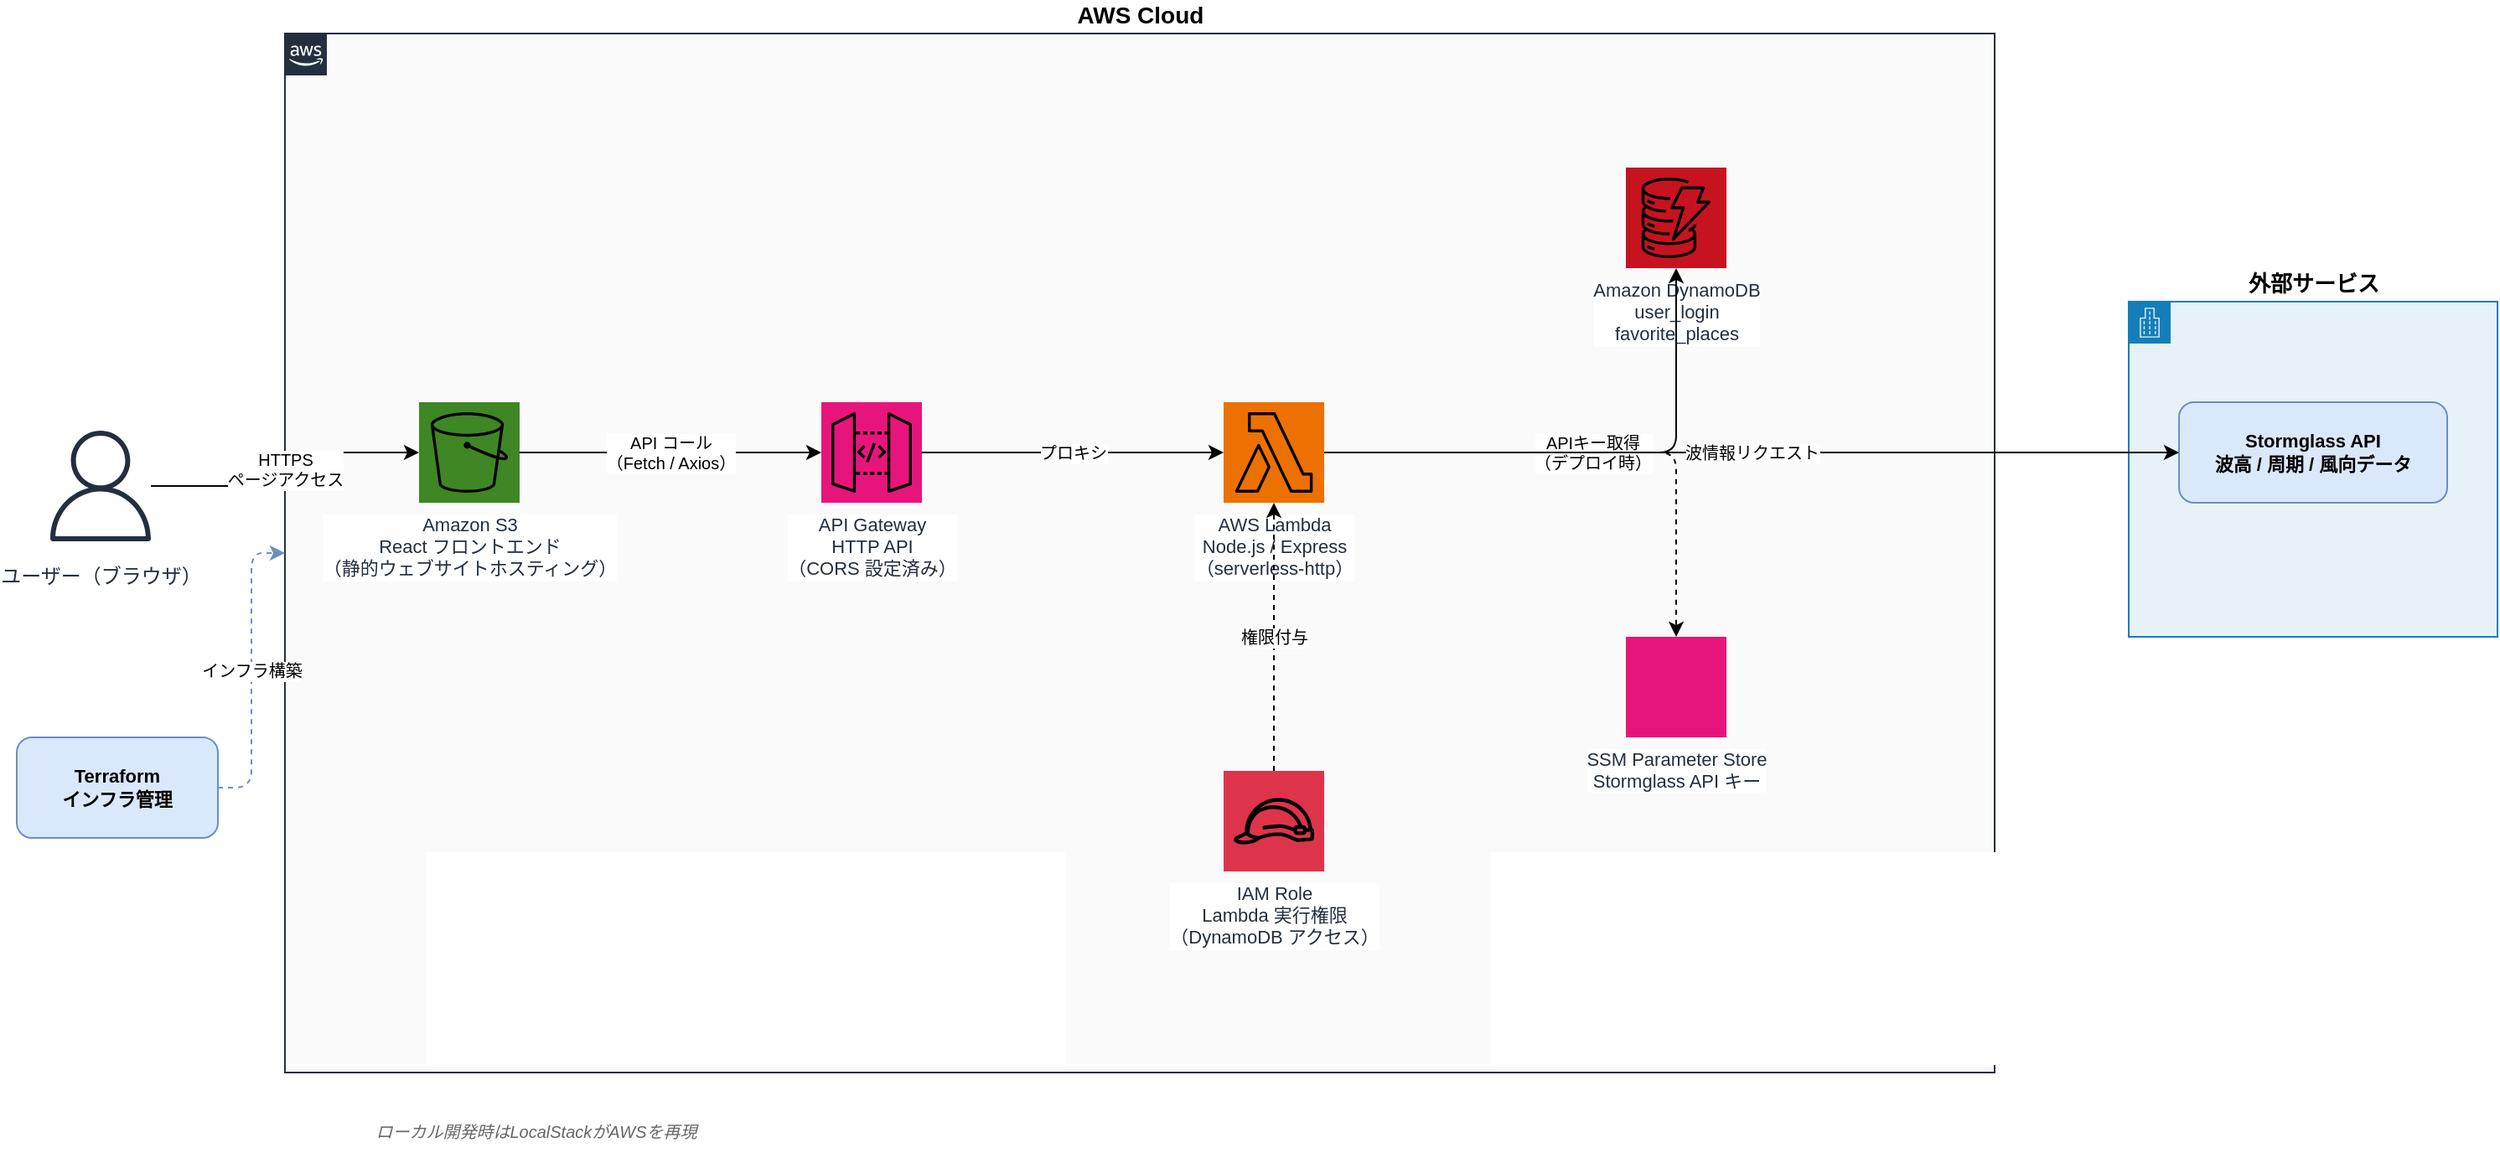
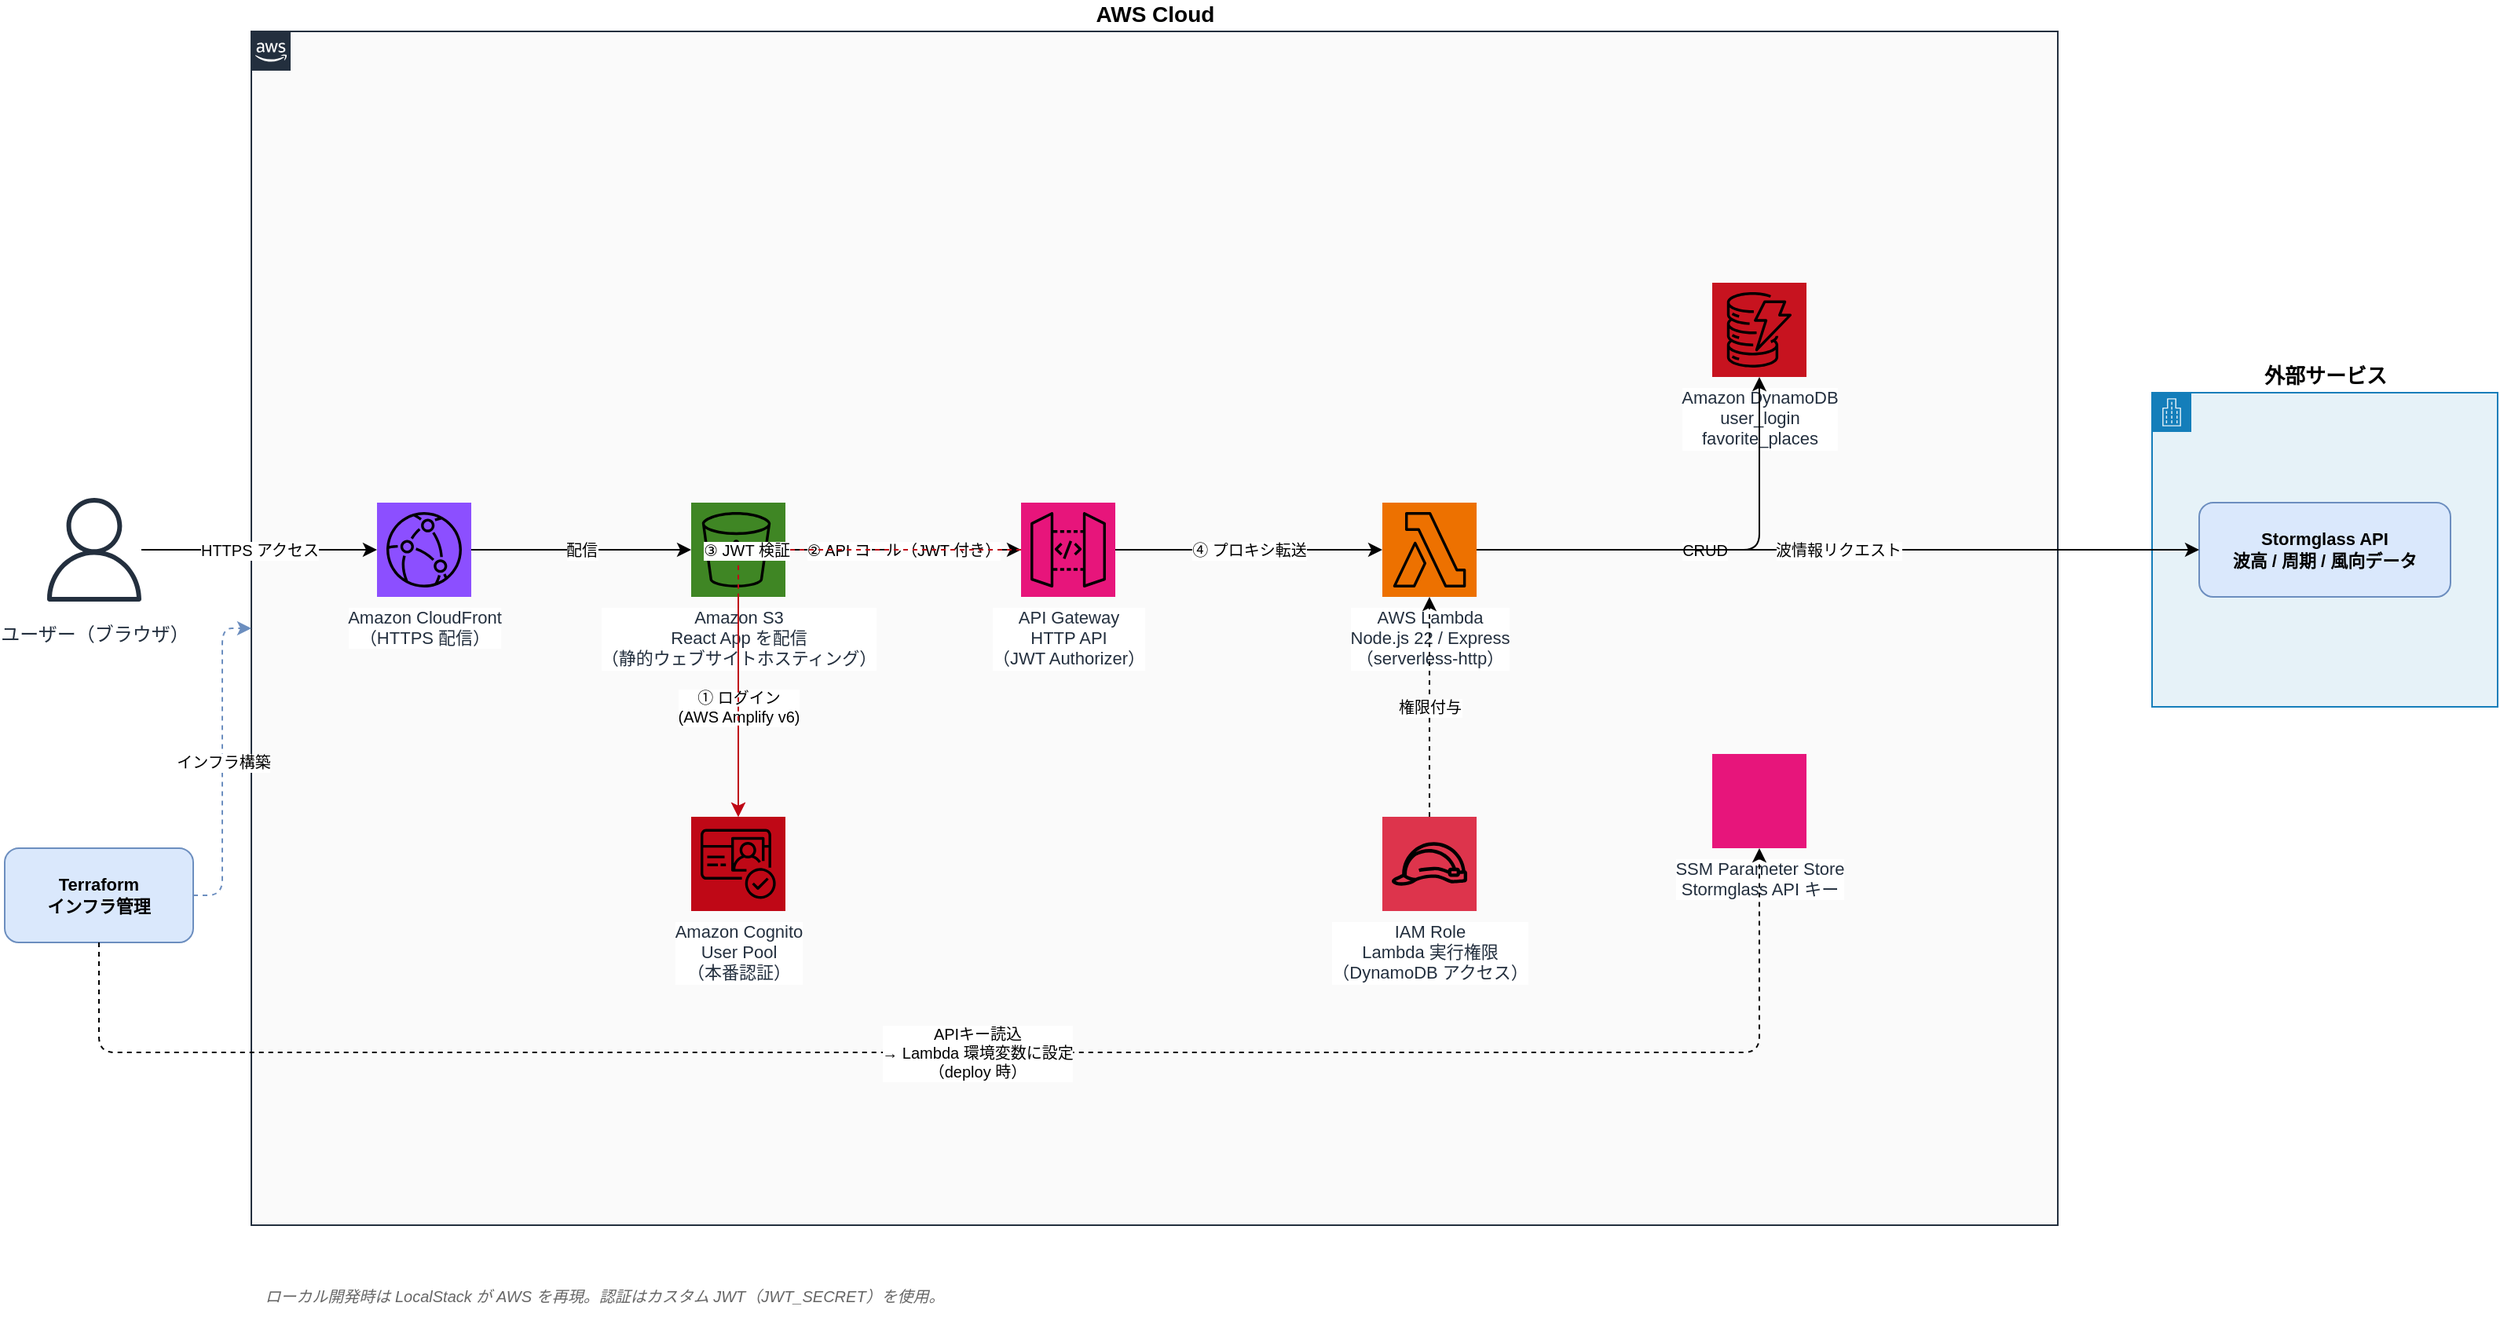
- <mxGraphModel dx="1422" dy="762" grid="1" gridSize="10" guides="1" tooltips="1" connect="1" arrows="1" fold="1" page="1" pageScale="1" pageWidth="1654" pageHeight="1169" math="0" shadow="0">
-   <root>
-     <mxCell id="0" />
-     <mxCell id="1" parent="0" />
- 
-     <!-- ===== ユーザー ===== -->
-     <mxCell id="user" value="ユーザー（ブラウザ）" style="shape=mxgraph.aws4.user;fillColor=#232F3E;strokeColor=none;fontColor=#232F3E;labelBackgroundColor=none;verticalLabelPosition=bottom;verticalAlign=top;align=center;html=1;" vertex="1" parent="1">
-       <mxGeometry x="60" y="310" width="60" height="80" as="geometry" />
-     </mxCell>
- 
-     <!-- ===== AWS Cloud 境界 ===== -->
-     <mxCell id="aws-cloud" value="AWS Cloud" style="points=[[0,0],[0.25,0],[0.5,0],[0.75,0],[1,0],[1,0.25],[1,0.5],[1,0.75],[1,1],[0.75,1],[0.5,1],[0.25,1],[0,1],[0,0.75],[0,0.5],[0,0.25]];shape=mxgraph.aws4.group;grIcon=mxgraph.aws4.group_aws_cloud_alt;strokeColor=#232F3E;fillColor=#FAFAFA;verticalLabelPosition=top;verticalAlign=bottom;align=center;html=1;fontSize=14;fontStyle=1;" vertex="1" parent="1">
-       <mxGeometry x="200" y="80" width="1020" height="620" as="geometry" />
-     </mxCell>
- 
-     <!-- ===== S3（フロントエンド） ===== -->
-     <mxCell id="s3" value="Amazon S3&#xa;React フロントエンド&#xa;（静的ウェブサイトホスティング）" style="outlineConnect=0;fontColor=#232F3E;gradientColor=none;strokeColor=none;fillColor=#3F8624;labelBackgroundColor=#ffffff;align=center;html=1;fontSize=11;fontStyle=0;aspect=fixed;shape=mxgraph.aws4.resourceIcon;resIcon=mxgraph.aws4.s3;verticalLabelPosition=bottom;verticalAlign=top;" vertex="1" parent="1">
-       <mxGeometry x="280" y="300" width="60" height="60" as="geometry" />
-     </mxCell>
- 
-     <!-- ===== API Gateway ===== -->
-     <mxCell id="apigw" value="API Gateway&#xa;HTTP API&#xa;（CORS 設定済み）" style="outlineConnect=0;fontColor=#232F3E;gradientColor=none;strokeColor=none;fillColor=#E7157B;labelBackgroundColor=#ffffff;align=center;html=1;fontSize=11;fontStyle=0;aspect=fixed;shape=mxgraph.aws4.resourceIcon;resIcon=mxgraph.aws4.api_gateway;verticalLabelPosition=bottom;verticalAlign=top;" vertex="1" parent="1">
-       <mxGeometry x="520" y="300" width="60" height="60" as="geometry" />
-     </mxCell>
- 
-     <!-- ===== Lambda ===== -->
-     <mxCell id="lambda" value="AWS Lambda&#xa;Node.js / Express&#xa;（serverless-http）" style="outlineConnect=0;fontColor=#232F3E;gradientColor=none;strokeColor=none;fillColor=#ED7100;labelBackgroundColor=#ffffff;align=center;html=1;fontSize=11;fontStyle=0;aspect=fixed;shape=mxgraph.aws4.resourceIcon;resIcon=mxgraph.aws4.lambda;verticalLabelPosition=bottom;verticalAlign=top;" vertex="1" parent="1">
-       <mxGeometry x="760" y="300" width="60" height="60" as="geometry" />
-     </mxCell>
- 
-     <!-- ===== DynamoDB ===== -->
-     <mxCell id="dynamo" value="Amazon DynamoDB&#xa;user_login&#xa;favorite_places" style="outlineConnect=0;fontColor=#232F3E;gradientColor=none;strokeColor=none;fillColor=#C7131F;labelBackgroundColor=#ffffff;align=center;html=1;fontSize=11;fontStyle=0;aspect=fixed;shape=mxgraph.aws4.resourceIcon;resIcon=mxgraph.aws4.dynamodb;verticalLabelPosition=bottom;verticalAlign=top;" vertex="1" parent="1">
-       <mxGeometry x="1000" y="160" width="60" height="60" as="geometry" />
-     </mxCell>
- 
-     <!-- ===== SSM Parameter Store ===== -->
-     <mxCell id="ssm" value="SSM Parameter Store&#xa;Stormglass API キー" style="outlineConnect=0;fontColor=#232F3E;gradientColor=none;strokeColor=none;fillColor=#E7157B;labelBackgroundColor=#ffffff;align=center;html=1;fontSize=11;fontStyle=0;aspect=fixed;shape=mxgraph.aws4.resourceIcon;resIcon=mxgraph.aws4.systems_manager_parameter_store;verticalLabelPosition=bottom;verticalAlign=top;" vertex="1" parent="1">
-       <mxGeometry x="1000" y="440" width="60" height="60" as="geometry" />
-     </mxCell>
- 
-     <!-- ===== IAM Role ===== -->
-     <mxCell id="iam" value="IAM Role&#xa;Lambda 実行権限&#xa;（DynamoDB アクセス）" style="outlineConnect=0;fontColor=#232F3E;gradientColor=none;strokeColor=none;fillColor=#DD344C;labelBackgroundColor=#ffffff;align=center;html=1;fontSize=11;fontStyle=0;aspect=fixed;shape=mxgraph.aws4.resourceIcon;resIcon=mxgraph.aws4.role;verticalLabelPosition=bottom;verticalAlign=top;" vertex="1" parent="1">
-       <mxGeometry x="760" y="520" width="60" height="60" as="geometry" />
-     </mxCell>
- 
-     <!-- ===== Terraform ===== -->
-     <mxCell id="terraform" value="Terraform&#xa;インフラ管理" style="rounded=1;whiteSpace=wrap;html=1;fillColor=#dae8fc;strokeColor=#6c8ebf;fontSize=11;fontStyle=1;" vertex="1" parent="1">
-       <mxGeometry x="40" y="500" width="120" height="60" as="geometry" />
-     </mxCell>
- 
-     <!-- ===== 外部: Stormglass API ===== -->
-     <mxCell id="external-box" value="外部サービス" style="points=[[0,0],[0.25,0],[0.5,0],[0.75,0],[1,0],[1,0.25],[1,0.5],[1,0.75],[1,1],[0.75,1],[0.5,1],[0.25,1],[0,1],[0,0.75],[0,0.5],[0,0.25]];shape=mxgraph.aws4.group;grIcon=mxgraph.aws4.group_corporate_data_center;strokeColor=#147EBA;fillColor=#E6F2F8;verticalLabelPosition=top;verticalAlign=bottom;align=center;html=1;fontSize=13;fontStyle=1;" vertex="1" parent="1">
-       <mxGeometry x="1300" y="240" width="220" height="200" as="geometry" />
-     </mxCell>
- 
-     <mxCell id="stormglass" value="Stormglass API&#xa;波高 / 周期 / 風向データ" style="rounded=1;whiteSpace=wrap;html=1;fillColor=#dae8fc;strokeColor=#6c8ebf;fontSize=11;fontStyle=1;" vertex="1" parent="1">
-       <mxGeometry x="1330" y="300" width="160" height="60" as="geometry" />
-     </mxCell>
- 
-     <!-- ===== ローカル開発メモ ===== -->
-     <mxCell id="local-note" value="ローカル開発時はLocalStackがAWSを再現" style="text;html=1;strokeColor=none;fillColor=none;align=center;verticalAlign=middle;whiteSpace=wrap;rounded=0;fontStyle=2;fontSize=10;fontColor=#666666;" vertex="1" parent="1">
-       <mxGeometry x="200" y="720" width="300" height="30" as="geometry" />
-     </mxCell>
- 
-     <!-- ===== 矢印 ===== -->
- 
-     <!-- ユーザー → S3 -->
-     <mxCell id="e1" value="HTTPS&#xa;ページアクセス" style="edgeStyle=orthogonalEdgeStyle;html=1;fontSize=10;" edge="1" source="user" target="s3" parent="1">
-       <mxGeometry relative="1" as="geometry" />
-     </mxCell>
- 
-     <!-- S3 → API Gateway（APIコール） -->
-     <mxCell id="e2" value="API コール&#xa;（Fetch / Axios）" style="edgeStyle=orthogonalEdgeStyle;html=1;fontSize=10;" edge="1" source="s3" target="apigw" parent="1">
-       <mxGeometry relative="1" as="geometry" />
-     </mxCell>
- 
-     <!-- API Gateway → Lambda -->
-     <mxCell id="e3" value="プロキシ" style="edgeStyle=orthogonalEdgeStyle;html=1;fontSize=10;" edge="1" source="apigw" target="lambda" parent="1">
-       <mxGeometry relative="1" as="geometry" />
-     </mxCell>
- 
-     <!-- Lambda → DynamoDB -->
-     <mxCell id="e4" value="CRUD" style="edgeStyle=orthogonalEdgeStyle;html=1;fontSize=10;" edge="1" source="lambda" target="dynamo" parent="1">
-       <mxGeometry relative="1" as="geometry" />
-     </mxCell>
- 
-     <!-- Lambda → SSM -->
-     <mxCell id="e5" value="APIキー取得&#xa;（デプロイ時）" style="edgeStyle=orthogonalEdgeStyle;html=1;fontSize=10;dashed=1;" edge="1" source="lambda" target="ssm" parent="1">
-       <mxGeometry relative="1" as="geometry" />
-     </mxCell>
- 
-     <!-- Lambda → Stormglass -->
-     <mxCell id="e6" value="波情報リクエスト" style="edgeStyle=orthogonalEdgeStyle;html=1;fontSize=10;" edge="1" source="lambda" target="stormglass" parent="1">
-       <mxGeometry relative="1" as="geometry" />
-     </mxCell>
- 
-     <!-- IAM → Lambda -->
-     <mxCell id="e7" value="権限付与" style="edgeStyle=orthogonalEdgeStyle;html=1;fontSize=10;dashed=1;" edge="1" source="iam" target="lambda" parent="1">
-       <mxGeometry relative="1" as="geometry" />
-     </mxCell>
- 
-     <!-- Terraform → AWS Cloud -->
-     <mxCell id="e8" value="インフラ構築" style="edgeStyle=orthogonalEdgeStyle;html=1;fontSize=10;dashed=1;strokeColor=#6c8ebf;" edge="1" source="terraform" target="aws-cloud" parent="1">
-       <mxGeometry relative="1" as="geometry" />
-     </mxCell>
- 
-   </root>
- </mxGraphModel>
+ <mxfile host="app.diagrams.net">
+   <diagram id="J306DNU2NFljB8cNNivZ" name="ページ-1">
+     <mxGraphModel dx="2020" dy="1136" grid="0" gridSize="10" guides="1" tooltips="1" connect="1" arrows="1" fold="1" page="0" pageScale="1" pageWidth="1654" pageHeight="1169" math="0" shadow="0">
+       <root>
+         <mxCell id="0" />
+         <mxCell id="1" parent="0" />
+         <mxCell id="nZc0o27F7VVSObq_K2tT-1" parent="1" style="shape=mxgraph.aws4.user;fillColor=#232F3E;strokeColor=none;fontColor=#232F3E;labelBackgroundColor=none;verticalLabelPosition=bottom;verticalAlign=top;align=center;html=1;" value="ユーザー（ブラウザ）" vertex="1">
+           <mxGeometry height="80" width="60" x="220" y="620" as="geometry" />
+         </mxCell>
+         <mxCell id="nZc0o27F7VVSObq_K2tT-2" parent="1" style="points=[[0,0],[0.25,0],[0.5,0],[0.75,0],[1,0],[1,0.25],[1,0.5],[1,0.75],[1,1],[0.75,1],[0.5,1],[0.25,1],[0,1],[0,0.75],[0,0.5],[0,0.25]];shape=mxgraph.aws4.group;grIcon=mxgraph.aws4.group_aws_cloud_alt;strokeColor=#232F3E;fillColor=#FAFAFA;verticalLabelPosition=top;verticalAlign=bottom;align=center;html=1;fontSize=14;fontStyle=1;" value="AWS Cloud" vertex="1">
+           <mxGeometry height="760" width="1150" x="350" y="330" as="geometry" />
+         </mxCell>
+         <mxCell id="nZc0o27F7VVSObq_K2tT-3" parent="1" style="outlineConnect=0;fontColor=#232F3E;gradientColor=none;strokeColor=none;fillColor=#8C4FFF;labelBackgroundColor=#ffffff;align=center;html=1;fontSize=11;fontStyle=0;aspect=fixed;shape=mxgraph.aws4.resourceIcon;resIcon=mxgraph.aws4.cloudfront;verticalLabelPosition=bottom;verticalAlign=top;" value="Amazon CloudFront&#xa;（HTTPS 配信）" vertex="1">
+           <mxGeometry height="60" width="60" x="430" y="630" as="geometry" />
+         </mxCell>
+         <mxCell id="nZc0o27F7VVSObq_K2tT-4" parent="1" style="outlineConnect=0;fontColor=#232F3E;gradientColor=none;strokeColor=none;fillColor=#3F8624;labelBackgroundColor=#ffffff;align=center;html=1;fontSize=11;fontStyle=0;aspect=fixed;shape=mxgraph.aws4.resourceIcon;resIcon=mxgraph.aws4.s3;verticalLabelPosition=bottom;verticalAlign=top;" value="Amazon S3&#xa;React App を配信&#xa;（静的ウェブサイトホスティング）" vertex="1">
+           <mxGeometry height="60" width="60" x="630" y="630" as="geometry" />
+         </mxCell>
+         <mxCell id="nZc0o27F7VVSObq_K2tT-5" parent="1" style="outlineConnect=0;fontColor=#232F3E;gradientColor=none;strokeColor=none;fillColor=#BF0816;labelBackgroundColor=#ffffff;align=center;html=1;fontSize=11;fontStyle=0;aspect=fixed;shape=mxgraph.aws4.resourceIcon;resIcon=mxgraph.aws4.cognito;verticalLabelPosition=bottom;verticalAlign=top;" value="Amazon Cognito&#xa;User Pool&#xa;（本番認証）" vertex="1">
+           <mxGeometry height="60" width="60" x="630" y="830" as="geometry" />
+         </mxCell>
+         <mxCell id="nZc0o27F7VVSObq_K2tT-6" parent="1" style="outlineConnect=0;fontColor=#232F3E;gradientColor=none;strokeColor=none;fillColor=#E7157B;labelBackgroundColor=#ffffff;align=center;html=1;fontSize=11;fontStyle=0;aspect=fixed;shape=mxgraph.aws4.resourceIcon;resIcon=mxgraph.aws4.api_gateway;verticalLabelPosition=bottom;verticalAlign=top;" value="API Gateway&#xa;HTTP API&#xa;（JWT Authorizer）" vertex="1">
+           <mxGeometry height="60" width="60" x="840" y="630" as="geometry" />
+         </mxCell>
+         <mxCell id="nZc0o27F7VVSObq_K2tT-7" parent="1" style="outlineConnect=0;fontColor=#232F3E;gradientColor=none;strokeColor=none;fillColor=#ED7100;labelBackgroundColor=#ffffff;align=center;html=1;fontSize=11;fontStyle=0;aspect=fixed;shape=mxgraph.aws4.resourceIcon;resIcon=mxgraph.aws4.lambda;verticalLabelPosition=bottom;verticalAlign=top;" value="AWS Lambda&#xa;Node.js 22 / Express&#xa;（serverless-http）" vertex="1">
+           <mxGeometry height="60" width="60" x="1070" y="630" as="geometry" />
+         </mxCell>
+         <mxCell id="nZc0o27F7VVSObq_K2tT-8" parent="1" style="outlineConnect=0;fontColor=#232F3E;gradientColor=none;strokeColor=none;fillColor=#C7131F;labelBackgroundColor=#ffffff;align=center;html=1;fontSize=11;fontStyle=0;aspect=fixed;shape=mxgraph.aws4.resourceIcon;resIcon=mxgraph.aws4.dynamodb;verticalLabelPosition=bottom;verticalAlign=top;" value="Amazon DynamoDB&#xa;user_login&#xa;favorite_places" vertex="1">
+           <mxGeometry height="60" width="60" x="1280" y="490" as="geometry" />
+         </mxCell>
+         <mxCell id="nZc0o27F7VVSObq_K2tT-9" parent="1" style="outlineConnect=0;fontColor=#232F3E;gradientColor=none;strokeColor=none;fillColor=#E7157B;labelBackgroundColor=#ffffff;align=center;html=1;fontSize=11;fontStyle=0;aspect=fixed;shape=mxgraph.aws4.resourceIcon;resIcon=mxgraph.aws4.systems_manager_parameter_store;verticalLabelPosition=bottom;verticalAlign=top;" value="SSM Parameter Store&#xa;Stormglass API キー" vertex="1">
+           <mxGeometry height="60" width="60" x="1280" y="790" as="geometry" />
+         </mxCell>
+         <mxCell id="nZc0o27F7VVSObq_K2tT-10" parent="1" style="outlineConnect=0;fontColor=#232F3E;gradientColor=none;strokeColor=none;fillColor=#DD344C;labelBackgroundColor=#ffffff;align=center;html=1;fontSize=11;fontStyle=0;aspect=fixed;shape=mxgraph.aws4.resourceIcon;resIcon=mxgraph.aws4.role;verticalLabelPosition=bottom;verticalAlign=top;" value="IAM Role&#xa;Lambda 実行権限&#xa;（DynamoDB アクセス）" vertex="1">
+           <mxGeometry height="60" width="60" x="1070" y="830" as="geometry" />
+         </mxCell>
+         <mxCell id="nZc0o27F7VVSObq_K2tT-11" parent="1" style="rounded=1;whiteSpace=wrap;html=1;fillColor=#dae8fc;strokeColor=#6c8ebf;fontSize=11;fontStyle=1;" value="Terraform&#xa;インフラ管理" vertex="1">
+           <mxGeometry height="60" width="120" x="193" y="850" as="geometry" />
+         </mxCell>
+         <mxCell id="nZc0o27F7VVSObq_K2tT-12" parent="1" style="points=[[0,0],[0.25,0],[0.5,0],[0.75,0],[1,0],[1,0.25],[1,0.5],[1,0.75],[1,1],[0.75,1],[0.5,1],[0.25,1],[0,1],[0,0.75],[0,0.5],[0,0.25]];shape=mxgraph.aws4.group;grIcon=mxgraph.aws4.group_corporate_data_center;strokeColor=#147EBA;fillColor=#E6F2F8;verticalLabelPosition=top;verticalAlign=bottom;align=center;html=1;fontSize=13;fontStyle=1;" value="外部サービス" vertex="1">
+           <mxGeometry height="200" width="220" x="1560" y="560" as="geometry" />
+         </mxCell>
+         <mxCell id="nZc0o27F7VVSObq_K2tT-13" parent="1" style="rounded=1;whiteSpace=wrap;html=1;fillColor=#dae8fc;strokeColor=#6c8ebf;fontSize=11;fontStyle=1;" value="Stormglass API&#xa;波高 / 周期 / 風向データ" vertex="1">
+           <mxGeometry height="60" width="160" x="1590" y="630" as="geometry" />
+         </mxCell>
+         <mxCell id="nZc0o27F7VVSObq_K2tT-14" parent="1" style="text;html=1;strokeColor=none;fillColor=none;align=center;verticalAlign=middle;whiteSpace=wrap;rounded=0;fontStyle=2;fontSize=10;fontColor=#666666;" value="ローカル開発時は LocalStack が AWS を再現。認証はカスタム JWT（JWT_SECRET）を使用。" vertex="1">
+           <mxGeometry height="30" width="450" x="350" y="1120" as="geometry" />
+         </mxCell>
+         <mxCell id="nZc0o27F7VVSObq_K2tT-15" edge="1" parent="1" source="nZc0o27F7VVSObq_K2tT-1" style="edgeStyle=orthogonalEdgeStyle;html=1;fontSize=10;" target="nZc0o27F7VVSObq_K2tT-3" value="HTTPS アクセス">
+           <mxGeometry relative="1" as="geometry" />
+         </mxCell>
+         <mxCell id="nZc0o27F7VVSObq_K2tT-16" edge="1" parent="1" source="nZc0o27F7VVSObq_K2tT-3" style="edgeStyle=orthogonalEdgeStyle;html=1;fontSize=10;" target="nZc0o27F7VVSObq_K2tT-4" value="配信">
+           <mxGeometry relative="1" as="geometry" />
+         </mxCell>
+         <mxCell id="nZc0o27F7VVSObq_K2tT-17" edge="1" parent="1" source="nZc0o27F7VVSObq_K2tT-4" style="edgeStyle=orthogonalEdgeStyle;html=1;fontSize=10;strokeColor=#BF0816;" target="nZc0o27F7VVSObq_K2tT-5" value="① ログイン&#xa;(AWS Amplify v6)">
+           <mxGeometry relative="1" as="geometry" />
+         </mxCell>
+         <mxCell id="nZc0o27F7VVSObq_K2tT-18" edge="1" parent="1" source="nZc0o27F7VVSObq_K2tT-4" style="edgeStyle=orthogonalEdgeStyle;html=1;fontSize=10;" target="nZc0o27F7VVSObq_K2tT-6" value="② API コール（JWT 付き）">
+           <mxGeometry relative="1" as="geometry" />
+         </mxCell>
+         <mxCell id="nZc0o27F7VVSObq_K2tT-19" edge="1" parent="1" source="nZc0o27F7VVSObq_K2tT-6" style="edgeStyle=orthogonalEdgeStyle;html=1;fontSize=10;strokeColor=#BF0816;dashed=1;" target="nZc0o27F7VVSObq_K2tT-5" value="③ JWT 検証">
+           <mxGeometry relative="1" as="geometry" />
+         </mxCell>
+         <mxCell id="nZc0o27F7VVSObq_K2tT-20" edge="1" parent="1" source="nZc0o27F7VVSObq_K2tT-6" style="edgeStyle=orthogonalEdgeStyle;html=1;fontSize=10;" target="nZc0o27F7VVSObq_K2tT-7" value="④ プロキシ転送">
+           <mxGeometry relative="1" as="geometry" />
+         </mxCell>
+         <mxCell id="nZc0o27F7VVSObq_K2tT-21" edge="1" parent="1" source="nZc0o27F7VVSObq_K2tT-7" style="edgeStyle=orthogonalEdgeStyle;html=1;fontSize=10;" target="nZc0o27F7VVSObq_K2tT-8" value="CRUD">
+           <mxGeometry relative="1" as="geometry" />
+         </mxCell>
+         <mxCell id="nZc0o27F7VVSObq_K2tT-22" edge="1" parent="1" source="nZc0o27F7VVSObq_K2tT-11" style="edgeStyle=orthogonalEdgeStyle;html=1;fontSize=10;dashed=1;" target="nZc0o27F7VVSObq_K2tT-9" value="APIキー読込&#xa;→ Lambda 環境変数に設定&#xa;（deploy 時）">
+           <mxGeometry relative="1" as="geometry">
+             <Array as="points">
+               <mxPoint x="253" y="980" />
+               <mxPoint x="1310" y="980" />
+             </Array>
+           </mxGeometry>
+         </mxCell>
+         <mxCell id="nZc0o27F7VVSObq_K2tT-23" edge="1" parent="1" source="nZc0o27F7VVSObq_K2tT-7" style="edgeStyle=orthogonalEdgeStyle;html=1;fontSize=10;" target="nZc0o27F7VVSObq_K2tT-13" value="波情報リクエスト">
+           <mxGeometry relative="1" as="geometry" />
+         </mxCell>
+         <mxCell id="nZc0o27F7VVSObq_K2tT-24" edge="1" parent="1" source="nZc0o27F7VVSObq_K2tT-10" style="edgeStyle=orthogonalEdgeStyle;html=1;fontSize=10;dashed=1;" target="nZc0o27F7VVSObq_K2tT-7" value="権限付与">
+           <mxGeometry relative="1" as="geometry" />
+         </mxCell>
+         <mxCell id="nZc0o27F7VVSObq_K2tT-25" edge="1" parent="1" source="nZc0o27F7VVSObq_K2tT-11" style="edgeStyle=orthogonalEdgeStyle;html=1;fontSize=10;dashed=1;strokeColor=#6c8ebf;" target="nZc0o27F7VVSObq_K2tT-2" value="インフラ構築">
+           <mxGeometry relative="1" as="geometry" />
+         </mxCell>
+       </root>
+     </mxGraphModel>
+   </diagram>
+ </mxfile>
